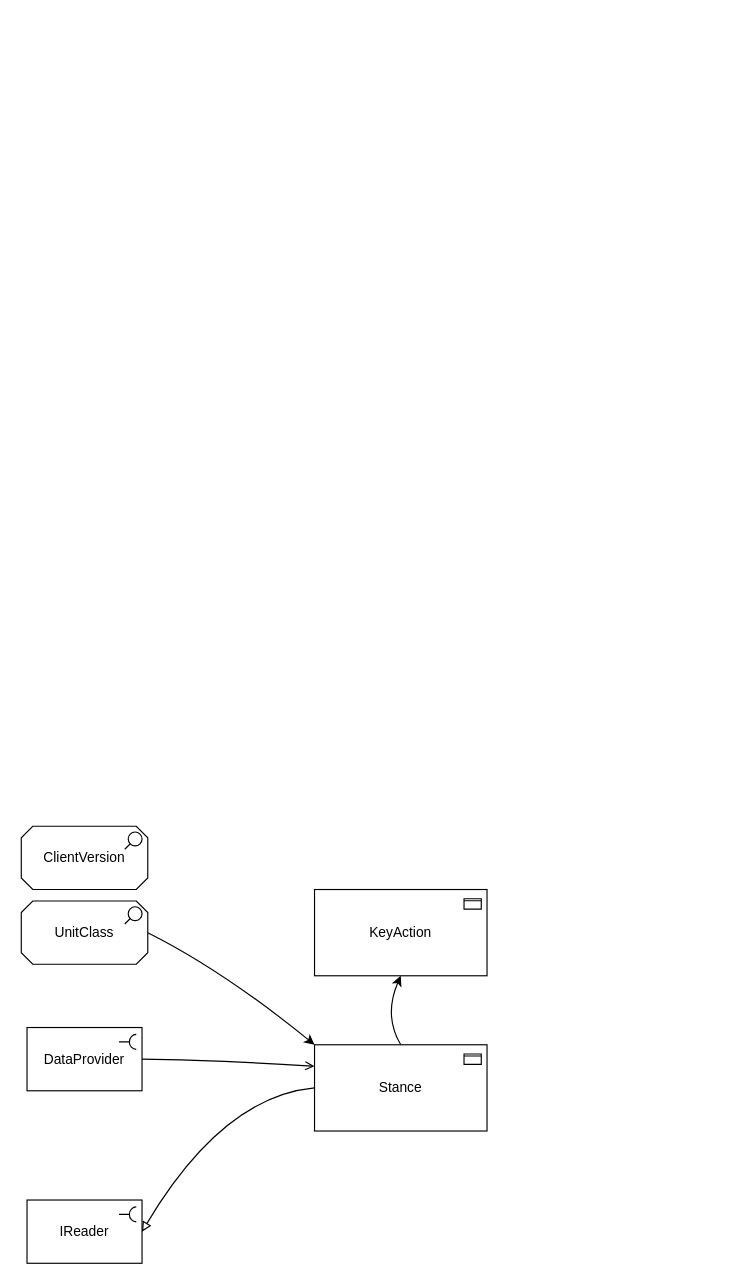
Above: Untitled Diagram.drawio in YannieCheung/ArchitectureDiagram (draw.io), before the change. Source tidied: cells renumbered, new cells numbered last; positions are measured from the earlier drawing's top-left corner, leaving out a move shared by most shapes. Both pictures are drawn from the tidied source at 115%, with x=0, y=0 at pixel (21, 826).
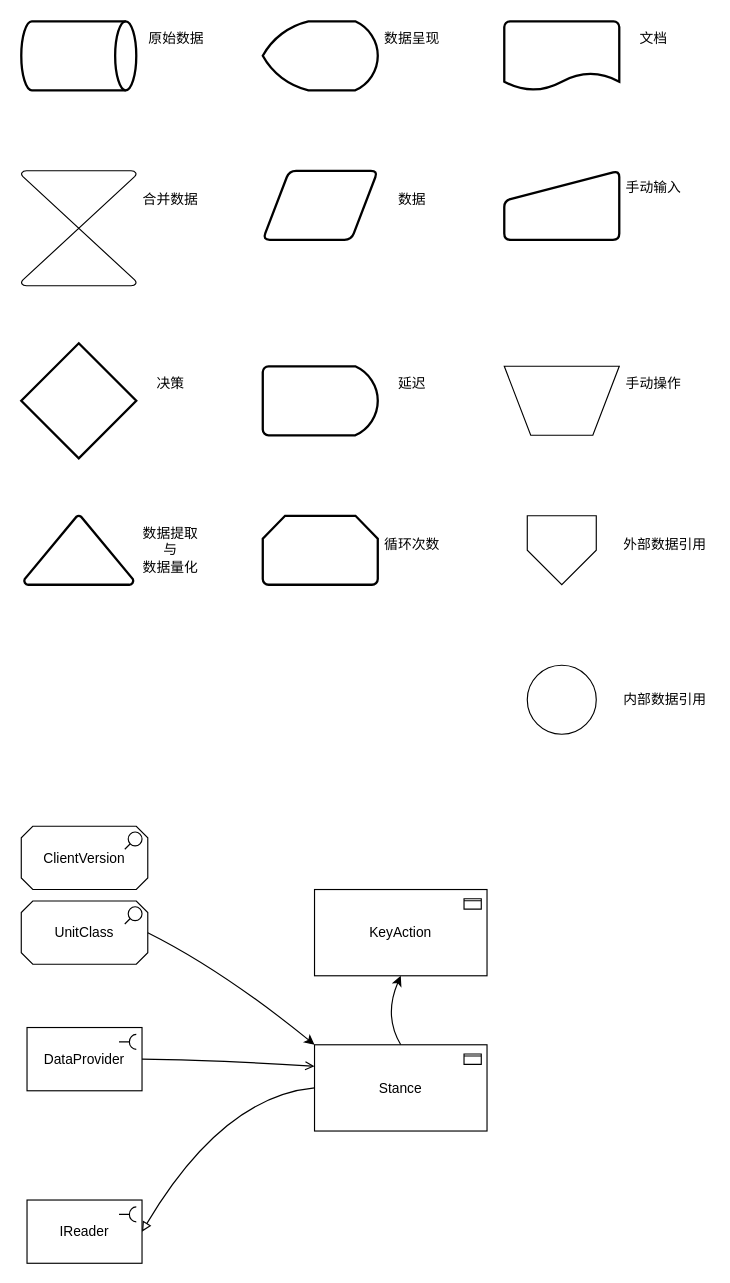
The same diagram, later.

The edit, as a diff of the source:
```diff
@@
+    <mxCell id="12" style="verticalLabelPosition=bottom;verticalAlign=top;html=1;shape=mxgraph.flowchart.collate;" parent="1" vertex="1">
+      <mxGeometry y="-570" width="100" height="100" as="geometry" />
+    </mxCell>
+    <mxCell id="13" value="合并数据" style="text;html=1;align=center;verticalAlign=middle;whiteSpace=wrap;rounded=0;" parent="1" vertex="1">
+      <mxGeometry x="100" y="-560" width="60" height="30" as="geometry" />
+    </mxCell>
+    <mxCell id="14" style="shape=parallelogram;html=1;strokeWidth=2;perimeter=parallelogramPerimeter;whiteSpace=wrap;rounded=1;arcSize=12;size=0.23;" parent="1" vertex="1">
+      <mxGeometry x="210" y="-570" width="100" height="60" as="geometry" />
+    </mxCell>
+    <mxCell id="15" value="数据" style="text;html=1;align=center;verticalAlign=middle;whiteSpace=wrap;rounded=0;" parent="1" vertex="1">
+      <mxGeometry x="310" y="-560" width="60" height="30" as="geometry" />
+    </mxCell>
+    <mxCell id="16" style="strokeWidth=2;html=1;shape=mxgraph.flowchart.decision;whiteSpace=wrap;" parent="1" vertex="1">
+      <mxGeometry y="-420" width="100" height="100" as="geometry" />
+    </mxCell>
+    <mxCell id="17" value="决策" style="text;html=1;align=center;verticalAlign=middle;whiteSpace=wrap;rounded=0;" parent="1" vertex="1">
+      <mxGeometry x="100" y="-400" width="60" height="30" as="geometry" />
+    </mxCell>
+    <mxCell id="18" style="strokeWidth=2;html=1;shape=mxgraph.flowchart.delay;whiteSpace=wrap;" parent="1" vertex="1">
+      <mxGeometry x="210" y="-400" width="100" height="60" as="geometry" />
+    </mxCell>
+    <mxCell id="19" value="延迟" style="text;html=1;align=center;verticalAlign=middle;whiteSpace=wrap;rounded=0;" parent="1" vertex="1">
+      <mxGeometry x="310" y="-400" width="60" height="30" as="geometry" />
+    </mxCell>
+    <mxCell id="20" style="strokeWidth=2;html=1;shape=mxgraph.flowchart.direct_data;whiteSpace=wrap;" parent="1" vertex="1">
+      <mxGeometry y="-700" width="100" height="60" as="geometry" />
+    </mxCell>
+    <mxCell id="21" value="原始数据" style="text;html=1;align=center;verticalAlign=middle;whiteSpace=wrap;rounded=0;" parent="1" vertex="1">
+      <mxGeometry x="105" y="-700" width="60" height="30" as="geometry" />
+    </mxCell>
+    <mxCell id="22" style="strokeWidth=2;html=1;shape=mxgraph.flowchart.display;whiteSpace=wrap;" parent="1" vertex="1">
+      <mxGeometry x="210" y="-700" width="100" height="60" as="geometry" />
+    </mxCell>
+    <mxCell id="23" value="数据呈现" style="text;html=1;align=center;verticalAlign=middle;whiteSpace=wrap;rounded=0;" parent="1" vertex="1">
+      <mxGeometry x="310" y="-700" width="60" height="30" as="geometry" />
+    </mxCell>
+    <mxCell id="24" style="strokeWidth=2;html=1;shape=mxgraph.flowchart.document2;whiteSpace=wrap;size=0.25;" parent="1" vertex="1">
+      <mxGeometry x="420" y="-700" width="100" height="60" as="geometry" />
+    </mxCell>
+    <mxCell id="25" value="文档" style="text;html=1;align=center;verticalAlign=middle;whiteSpace=wrap;rounded=0;" parent="1" vertex="1">
+      <mxGeometry x="520" y="-700" width="60" height="30" as="geometry" />
+    </mxCell>
+    <mxCell id="26" style="html=1;strokeWidth=2;shape=manualInput;whiteSpace=wrap;rounded=1;size=26;arcSize=11;" parent="1" vertex="1">
+      <mxGeometry x="420" y="-570" width="100" height="60" as="geometry" />
+    </mxCell>
+    <mxCell id="27" value="手动输入" style="text;html=1;align=center;verticalAlign=middle;whiteSpace=wrap;rounded=0;" parent="1" vertex="1">
+      <mxGeometry x="520" y="-570" width="60" height="30" as="geometry" />
+    </mxCell>
+    <mxCell id="28" style="verticalLabelPosition=middle;verticalAlign=middle;html=1;shape=trapezoid;perimeter=trapezoidPerimeter;whiteSpace=wrap;size=0.23;arcSize=10;flipV=1;labelPosition=center;align=center;" parent="1" vertex="1">
+      <mxGeometry x="420" y="-400" width="100" height="60" as="geometry" />
+    </mxCell>
+    <mxCell id="29" value="手动操作" style="text;html=1;align=center;verticalAlign=middle;whiteSpace=wrap;rounded=0;" parent="1" vertex="1">
+      <mxGeometry x="520" y="-400" width="60" height="30" as="geometry" />
+    </mxCell>
+    <mxCell id="30" style="strokeWidth=2;html=1;shape=mxgraph.flowchart.extract_or_measurement;whiteSpace=wrap;" parent="1" vertex="1">
+      <mxGeometry x="2.5" y="-270" width="95" height="60" as="geometry" />
+    </mxCell>
+    <mxCell id="31" value="数据提取与&lt;div&gt;数据量化&lt;/div&gt;" style="text;html=1;align=center;verticalAlign=middle;whiteSpace=wrap;rounded=0;" parent="1" vertex="1">
+      <mxGeometry x="100" y="-255" width="60" height="30" as="geometry" />
+    </mxCell>
+    <mxCell id="32" style="strokeWidth=2;html=1;shape=mxgraph.flowchart.loop_limit;whiteSpace=wrap;" parent="1" vertex="1">
+      <mxGeometry x="210" y="-270" width="100" height="60" as="geometry" />
+    </mxCell>
+    <mxCell id="33" value="循环次数" style="text;html=1;align=center;verticalAlign=middle;whiteSpace=wrap;rounded=0;" parent="1" vertex="1">
+      <mxGeometry x="310" y="-260" width="60" height="30" as="geometry" />
+    </mxCell>
+    <mxCell id="34" style="verticalLabelPosition=bottom;verticalAlign=top;html=1;shape=offPageConnector;rounded=0;size=0.5;" parent="1" vertex="1">
+      <mxGeometry x="440" y="-270" width="60" height="60" as="geometry" />
+    </mxCell>
+    <mxCell id="35" value="外部数据引用" style="text;html=1;align=center;verticalAlign=middle;whiteSpace=wrap;rounded=0;" parent="1" vertex="1">
+      <mxGeometry x="520" y="-260" width="80" height="30" as="geometry" />
+    </mxCell>
+    <mxCell id="36" style="verticalLabelPosition=bottom;verticalAlign=top;html=1;shape=mxgraph.flowchart.on-page_reference;" parent="1" vertex="1">
+      <mxGeometry x="440" y="-140" width="60" height="60" as="geometry" />
+    </mxCell>
+    <mxCell id="37" value="内部数据引用" style="text;html=1;align=center;verticalAlign=middle;whiteSpace=wrap;rounded=0;" parent="1" vertex="1">
+      <mxGeometry x="520" y="-125" width="80" height="30" as="geometry" />
+    </mxCell>
```
